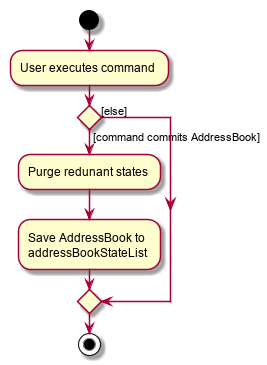
Before: docs/images/CommitActivityDiagram.png, a diagram exported from PlantUML (nus-cs2103-AY2021S1/tp).
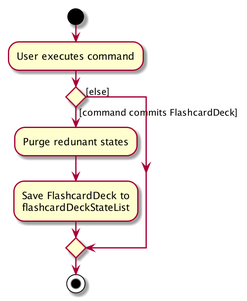
The same file after the commit.

Change to the diagram source:
```diff
@@ -3,10 +3,10 @@
 :User executes command;
 
 
-if () then ([command commits AddressBook])
+if () then ([command commits FlashcardDeck])
     :Purge redunant states;
-    :Save AddressBook to
-    addressBookStateList;
+    :Save FlashcardDeck to
+    flashcardDeckStateList;
 else ([else])
 endif
 stop
```
